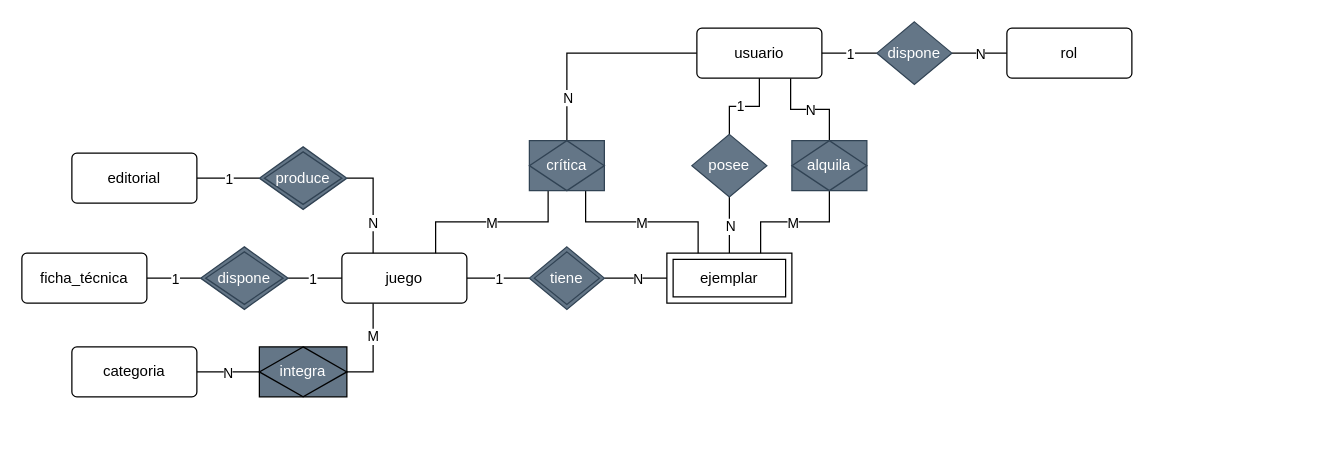
This is DER-Vuelta-al-Tablero.drawio from SancLucas/Vuelta-al-Tablero, a draw.io file, before an edit. Source tidied: cells renumbered, new cells numbered last; positions are measured from the earlier drawing's top-left corner, leaving out a move shared by most shapes. Both pictures are drawn from the tidied source at 125%, with x=0, y=0 at pixel (21, 21).
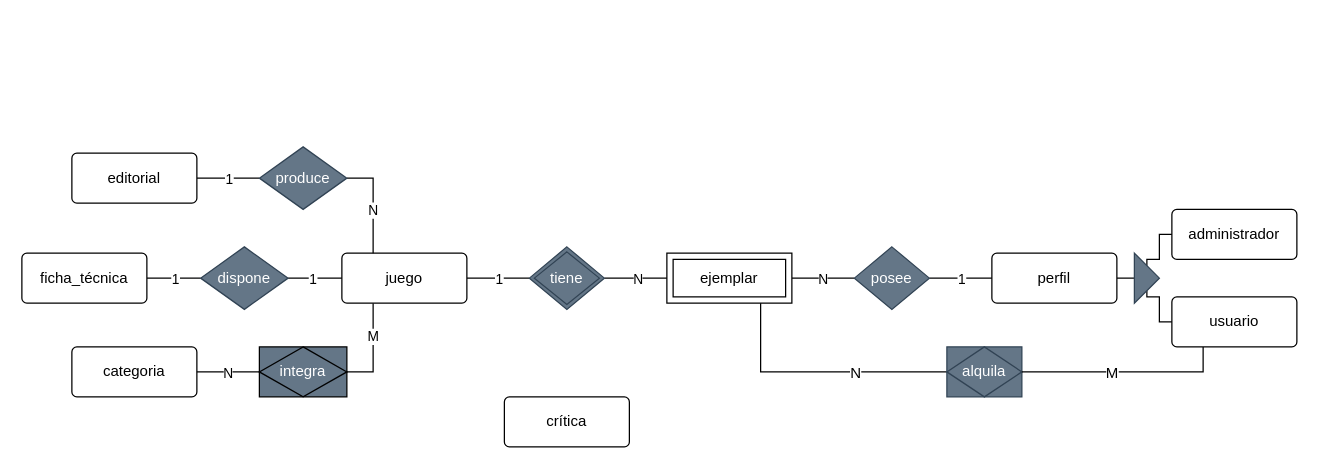
The same diagram, later.

Commit message:
Inclusión de 'herencia'. Sigue habiendo dudas.

The change refers to these unchanged cells:
```xml
<mxCell id="6" value="juego" style="rounded=1;arcSize=10;whiteSpace=wrap;html=1;align=center;" parent="1" vertex="1">
  <mxGeometry x="256" y="185" width="100" height="40" as="geometry" />
</mxCell>
<mxCell id="18" value="ejemplar" style="shape=ext;margin=3;double=1;whiteSpace=wrap;html=1;align=center;" parent="1" vertex="1">
  <mxGeometry x="516" y="185" width="100" height="40" as="geometry" />
</mxCell>
<mxCell id="39" style="edgeStyle=orthogonalEdgeStyle;rounded=0;jettySize=auto;html=1;exitX=1;exitY=0.5;exitDx=0;exitDy=0;endArrow=none;endFill=0;entryX=0.25;entryY=0;entryDx=0;entryDy=0;" parent="1" edge="1" source="41" target="6">
  <mxGeometry relative="1" as="geometry" />
</mxCell>
<mxCell id="47" value="ficha_técnica" style="rounded=1;arcSize=10;whiteSpace=wrap;html=1;align=center;" parent="1" vertex="1">
  <mxGeometry y="185" width="100" height="40" as="geometry" />
</mxCell>
```

Diff of the diagram source:
```diff
@@
-    <mxCell id="7" style="edgeStyle=orthogonalEdgeStyle;rounded=0;jettySize=auto;html=1;exitX=0;exitY=0.5;exitDx=0;exitDy=0;entryX=0.5;entryY=0;entryDx=0;entryDy=0;endArrow=none;endFill=0;" parent="1" edge="1" source="11" target="38">
-      <mxGeometry relative="1" as="geometry" />
-    </mxCell>
-    <mxCell id="8" value="N" style="edgeLabel;html=1;align=center;verticalAlign=middle;" parent="7" vertex="1">
-      <mxGeometry x="0.75" relative="1" as="geometry">
-        <mxPoint y="-13" as="offset" />
-      </mxGeometry>
-    </mxCell>
-    <mxCell id="9" style="edgeStyle=orthogonalEdgeStyle;rounded=0;jettySize=auto;html=1;exitX=0.75;exitY=1;exitDx=0;exitDy=0;entryX=0.5;entryY=0;entryDx=0;entryDy=0;endArrow=none;endFill=0;" parent="1" edge="1" source="11" target="44">
-      <mxGeometry relative="1" as="geometry" />
-    </mxCell>
-    <mxCell id="10" value="N" style="edgeLabel;html=1;align=center;verticalAlign=middle;" parent="9" vertex="1">
-      <mxGeometry x="0.04" relative="1" as="geometry">
-        <mxPoint x="-2" as="offset" />
-      </mxGeometry>
-    </mxCell>
+    <mxCell id="51" style="edgeStyle=none;curved=1;rounded=0;jettySize=auto;html=1;exitX=1;exitY=0.5;exitDx=0;exitDy=0;entryX=0;entryY=0.5;entryDx=0;entryDy=0;fontSize=12;startSize=8;endSize=8;endArrow=none;endFill=0;" parent="1" edge="1" source="11" target="59">
+      <mxGeometry relative="1" as="geometry" />
+    </mxCell>
-    <mxCell id="11" value="usuario" style="rounded=1;arcSize=10;whiteSpace=wrap;html=1;align=center;" parent="1" vertex="1">
-      <mxGeometry x="540" y="5" width="100" height="40" as="geometry" />
+    <mxCell id="11" value="perfil" style="rounded=1;arcSize=10;whiteSpace=wrap;html=1;align=center;" parent="1" vertex="1">
+      <mxGeometry x="776" y="185" width="100" height="40" as="geometry" />
     </mxCell>
@@
-    <mxCell id="16" style="edgeStyle=orthogonalEdgeStyle;rounded=0;jettySize=auto;html=1;entryX=0.5;entryY=1;entryDx=0;entryDy=0;endArrow=none;endFill=0;exitX=0.5;exitY=0;exitDx=0;exitDy=0;" parent="1" edge="1" source="18" target="27">
+    <mxCell id="16" style="edgeStyle=orthogonalEdgeStyle;rounded=0;jettySize=auto;html=1;entryX=0;entryY=0.5;entryDx=0;entryDy=0;endArrow=none;endFill=0;exitX=1;exitY=0.5;exitDx=0;exitDy=0;" parent="1" edge="1" source="18" target="27">
       <mxGeometry relative="1" as="geometry" />
     </mxCell>
     <mxCell id="17" value="N" style="edgeLabel;html=1;align=center;verticalAlign=middle;" parent="16" vertex="1">
       <mxGeometry x="0.05" y="-1" relative="1" as="geometry">
-        <mxPoint x="-1" y="2" as="offset" />
+        <mxPoint x="-2" y="-1" as="offset" />
       </mxGeometry>
     </mxCell>
@@
-    <mxCell id="25" style="edgeStyle=orthogonalEdgeStyle;rounded=0;jettySize=auto;html=1;entryX=0.5;entryY=1;entryDx=0;entryDy=0;endArrow=none;endFill=0;exitX=0.5;exitY=0;exitDx=0;exitDy=0;" parent="1" edge="1" source="27" target="11">
+    <mxCell id="25" style="edgeStyle=orthogonalEdgeStyle;rounded=0;jettySize=auto;html=1;endArrow=none;endFill=0;exitX=1;exitY=0.5;exitDx=0;exitDy=0;entryX=0;entryY=0.5;entryDx=0;entryDy=0;" parent="1" edge="1" source="27" target="11">
       <mxGeometry relative="1" as="geometry" />
     </mxCell>
     <mxCell id="26" value="1" style="edgeLabel;html=1;align=center;verticalAlign=middle;" parent="25" vertex="1">
       <mxGeometry x="-0.07" y="-1" relative="1" as="geometry">
-        <mxPoint x="-1" y="-1" as="offset" />
+        <mxPoint x="2" y="-1" as="offset" />
       </mxGeometry>
     </mxCell>
     <mxCell id="27" value="&lt;font&gt;posee&lt;/font&gt;" style="shape=rhombus;perimeter=rhombusPerimeter;whiteSpace=wrap;html=1;align=center;fillColor=#647687;fontColor=light-dark(#FFFFFF,#000000);strokeColor=light-dark(#314354,#000000);" parent="1" vertex="1">
-      <mxGeometry x="536" y="90" width="60" height="50" as="geometry" />
+      <mxGeometry x="666" y="180" width="60" height="50" as="geometry" />
     </mxCell>
-    <mxCell id="28" style="edgeStyle=orthogonalEdgeStyle;rounded=0;jettySize=auto;html=1;exitX=0;exitY=0.5;exitDx=0;exitDy=0;entryX=1;entryY=0.5;entryDx=0;entryDy=0;endArrow=none;endFill=0;" parent="1" edge="1" source="30" target="33">
-      <mxGeometry relative="1" as="geometry" />
-    </mxCell>
-    <mxCell id="29" value="N" style="edgeLabel;html=1;align=center;verticalAlign=middle;" parent="28" vertex="1">
-      <mxGeometry x="-0.05" y="1" relative="1" as="geometry">
-        <mxPoint x="-1" y="-1" as="offset" />
-      </mxGeometry>
-    </mxCell>
-    <mxCell id="30" value="rol" style="rounded=1;arcSize=10;whiteSpace=wrap;html=1;align=center;" parent="1" vertex="1">
-      <mxGeometry x="788" y="5" width="100" height="40" as="geometry" />
-    </mxCell>
-    <mxCell id="31" style="edgeStyle=orthogonalEdgeStyle;rounded=0;jettySize=auto;html=1;exitX=0;exitY=0.5;exitDx=0;exitDy=0;entryX=1;entryY=0.5;entryDx=0;entryDy=0;endArrow=none;endFill=0;" parent="1" edge="1" source="33" target="11">
-      <mxGeometry relative="1" as="geometry" />
-    </mxCell>
-    <mxCell id="32" value="1" style="edgeLabel;html=1;align=center;verticalAlign=middle;" parent="31" vertex="1">
-      <mxGeometry x="0.03" y="-1" relative="1" as="geometry">
-        <mxPoint x="1" y="1" as="offset" />
-      </mxGeometry>
-    </mxCell>
-    <mxCell id="33" value="dispone" style="shape=rhombus;perimeter=rhombusPerimeter;whiteSpace=wrap;html=1;align=center;fillColor=#647687;fontColor=light-dark(#FFFFFF,#000000);strokeColor=light-dark(#314354,#000000);" parent="1" vertex="1">
-      <mxGeometry x="684" width="60" height="50" as="geometry" />
-    </mxCell>
-    <mxCell id="34" style="edgeStyle=orthogonalEdgeStyle;rounded=0;jettySize=auto;html=1;exitX=0.25;exitY=1;exitDx=0;exitDy=0;entryX=0.75;entryY=0;entryDx=0;entryDy=0;endArrow=none;endFill=0;" parent="1" edge="1" source="38" target="6">
-      <mxGeometry relative="1" as="geometry" />
-    </mxCell>
-    <mxCell id="35" value="M" style="edgeLabel;html=1;align=center;verticalAlign=middle;" parent="34" vertex="1">
-      <mxGeometry x="0.13" y="1" relative="1" as="geometry">
-        <mxPoint x="8" y="-1" as="offset" />
-      </mxGeometry>
-    </mxCell>
-    <mxCell id="36" style="edgeStyle=orthogonalEdgeStyle;rounded=0;jettySize=auto;html=1;exitX=0.75;exitY=1;exitDx=0;exitDy=0;entryX=0.25;entryY=0;entryDx=0;entryDy=0;endArrow=none;endFill=0;" parent="1" edge="1" source="38" target="18">
-      <mxGeometry relative="1" as="geometry" />
-    </mxCell>
-    <mxCell id="37" value="M" style="edgeLabel;html=1;align=center;verticalAlign=middle;" parent="36" vertex="1">
-      <mxGeometry x="-0.01" relative="1" as="geometry" />
-    </mxCell>
-    <mxCell id="38" value="crítica" style="shape=associativeEntity;whiteSpace=wrap;html=1;align=center;fillColor=#647687;fontColor=light-dark(#ffffff, #000000);strokeColor=light-dark(#314354,#000000);" parent="1" vertex="1">
-      <mxGeometry x="406" y="95" width="60" height="40" as="geometry" />
-    </mxCell>
@@
     <mxCell id="40" value="N" style="edgeLabel;html=1;align=center;verticalAlign=middle;" parent="39" vertex="1">
       <mxGeometry x="-0.49" relative="1" as="geometry">
-        <mxPoint x="-1" y="35" as="offset" />
+        <mxPoint x="-1" y="25" as="offset" />
       </mxGeometry>
     </mxCell>
-    <mxCell id="41" value="produce" style="shape=rhombus;double=1;perimeter=rhombusPerimeter;whiteSpace=wrap;html=1;align=center;fillColor=#647687;fontColor=light-dark(#FFFFFF,#050505);strokeColor=light-dark(#314354,#000000);strokeWidth=1;" parent="1" vertex="1">
-      <mxGeometry x="190" y="100" width="70" height="50" as="geometry" />
-    </mxCell>
-    <mxCell id="42" style="edgeStyle=orthogonalEdgeStyle;rounded=0;jettySize=auto;html=1;exitX=0.5;exitY=1;exitDx=0;exitDy=0;entryX=0.75;entryY=0;entryDx=0;entryDy=0;endArrow=none;endFill=0;" parent="1" edge="1" source="44" target="18">
+    <mxCell id="42" style="edgeStyle=orthogonalEdgeStyle;rounded=0;jettySize=auto;html=1;exitX=0;exitY=0.5;exitDx=0;exitDy=0;entryX=0.75;entryY=1;entryDx=0;entryDy=0;fontSize=12;startSize=8;endSize=8;endArrow=none;endFill=0;" parent="1" edge="1" source="44" target="18">
       <mxGeometry relative="1" as="geometry" />
     </mxCell>
-    <mxCell id="43" value="M" style="edgeLabel;html=1;align=center;verticalAlign=middle;" parent="42" vertex="1">
-      <mxGeometry x="-0.03" y="-2" relative="1" as="geometry">
-        <mxPoint x="-4" y="2" as="offset" />
-      </mxGeometry>
-    </mxCell>
+    <mxCell id="52" value="N" style="edgeLabel;html=1;align=center;verticalAlign=middle;fontSize=12;" parent="42" vertex="1">
+      <mxGeometry x="-0.15" y="-1" relative="1" as="geometry">
+        <mxPoint x="13" y="1" as="offset" />
+      </mxGeometry>
+    </mxCell>
     <mxCell id="44" value="alquila" style="shape=associativeEntity;whiteSpace=wrap;html=1;align=center;fillColor=#647687;fontColor=light-dark(#ffffff, #000000);strokeColor=light-dark(#314354,#000000);" parent="1" vertex="1">
-      <mxGeometry x="616" y="95" width="60" height="40" as="geometry" />
+      <mxGeometry x="740" y="260" width="60" height="40" as="geometry" />
     </mxCell>
-    <mxCell id="45" style="edgeStyle=orthogonalEdgeStyle;rounded=0;jettySize=auto;html=1;exitX=1;exitY=0.5;exitDx=0;exitDy=0;entryX=0;entryY=0.5;entryDx=0;entryDy=0;endArrow=none;endFill=0;" parent="1" edge="1" source="47" target="50">
+    <mxCell id="45" style="edgeStyle=orthogonalEdgeStyle;rounded=0;jettySize=auto;html=1;exitX=1;exitY=0.5;exitDx=0;exitDy=0;entryX=0;entryY=0.5;entryDx=0;entryDy=0;endArrow=none;endFill=0;" parent="1" edge="1" source="47" target="60">
       <mxGeometry relative="1" as="geometry" />
     </mxCell>
@@
-    <mxCell id="48" style="edgeStyle=orthogonalEdgeStyle;rounded=0;jettySize=auto;html=1;exitX=1;exitY=0.5;exitDx=0;exitDy=0;entryX=0;entryY=0.5;entryDx=0;entryDy=0;endArrow=none;endFill=0;" parent="1" edge="1" source="50" target="6">
+    <mxCell id="48" style="edgeStyle=orthogonalEdgeStyle;rounded=0;jettySize=auto;html=1;exitX=1;exitY=0.5;exitDx=0;exitDy=0;entryX=0;entryY=0.5;entryDx=0;entryDy=0;endArrow=none;endFill=0;" parent="1" edge="1" source="60" target="6">
       <mxGeometry relative="1" as="geometry" />
     </mxCell>
@@
-    <mxCell id="50" value="dispone" style="shape=rhombus;double=1;perimeter=rhombusPerimeter;whiteSpace=wrap;html=1;align=center;fillColor=#647687;fontColor=light-dark(#FFFFFF,#050505);strokeColor=light-dark(#314354,#000000);strokeWidth=1;" parent="1" vertex="1">
-      <mxGeometry x="143" y="180" width="70" height="50" as="geometry" />
-    </mxCell>
+    <mxCell id="53" style="edgeStyle=orthogonalEdgeStyle;rounded=0;jettySize=auto;html=1;exitX=0.25;exitY=1;exitDx=0;exitDy=0;entryX=1;entryY=0.5;entryDx=0;entryDy=0;fontSize=12;startSize=8;endSize=8;endArrow=none;endFill=0;" parent="1" edge="1" source="55" target="44">
+      <mxGeometry relative="1" as="geometry" />
+    </mxCell>
+    <mxCell id="54" value="M" style="edgeLabel;html=1;align=center;verticalAlign=middle;fontSize=12;" parent="53" vertex="1">
+      <mxGeometry x="0.07" y="-2" relative="1" as="geometry">
+        <mxPoint x="-6" y="2" as="offset" />
+      </mxGeometry>
+    </mxCell>
+    <mxCell id="55" value="usuario" style="rounded=1;arcSize=10;whiteSpace=wrap;html=1;align=center;" parent="1" vertex="1">
+      <mxGeometry x="920" y="220" width="100" height="40" as="geometry" />
+    </mxCell>
+    <mxCell id="56" value="administrador" style="rounded=1;arcSize=10;whiteSpace=wrap;html=1;align=center;" parent="1" vertex="1">
+      <mxGeometry x="920" y="150" width="100" height="40" as="geometry" />
+    </mxCell>
+    <mxCell id="57" style="edgeStyle=orthogonalEdgeStyle;rounded=0;jettySize=auto;html=1;exitX=0.5;exitY=1;exitDx=0;exitDy=0;entryX=0;entryY=0.5;entryDx=0;entryDy=0;fontSize=12;startSize=8;endSize=8;endArrow=none;endFill=0;" parent="1" edge="1" source="59" target="55">
+      <mxGeometry relative="1" as="geometry">
+        <Array as="points">
+          <mxPoint x="900" y="220" />
+          <mxPoint x="910" y="220" />
+          <mxPoint x="910" y="240" />
+        </Array>
+      </mxGeometry>
+    </mxCell>
+    <mxCell id="58" style="edgeStyle=orthogonalEdgeStyle;rounded=0;jettySize=auto;html=1;exitX=0.5;exitY=0;exitDx=0;exitDy=0;fontSize=12;startSize=8;endSize=8;endArrow=none;endFill=0;entryX=0;entryY=0.5;entryDx=0;entryDy=0;" parent="1" edge="1" source="59" target="56">
+      <mxGeometry relative="1" as="geometry">
+        <Array as="points">
+          <mxPoint x="900" y="190" />
+          <mxPoint x="910" y="190" />
+          <mxPoint x="910" y="170" />
+        </Array>
+      </mxGeometry>
+    </mxCell>
+    <mxCell id="59" style="triangle;whiteSpace=wrap;html=1;shapeInside=1;rotation=0;fillColor=#647687;fontColor=#ffffff;strokeColor=light-dark(#314354,#000000);" parent="1" vertex="1">
+      <mxGeometry x="890" y="185" width="20" height="40" as="geometry" />
+    </mxCell>
+    <mxCell id="41" value="&lt;span style=&quot;&quot;&gt;produce&lt;/span&gt;" style="shape=rhombus;perimeter=rhombusPerimeter;whiteSpace=wrap;html=1;align=center;fillColor=#647687;fontColor=light-dark(#FFFFFF,#000000);strokeColor=light-dark(#314354,#000000);" parent="1" vertex="1">
+      <mxGeometry x="190" y="100" width="70" height="50" as="geometry" />
+    </mxCell>
+    <mxCell id="60" value="&lt;span style=&quot;&quot;&gt;dispone&lt;/span&gt;" style="shape=rhombus;perimeter=rhombusPerimeter;whiteSpace=wrap;html=1;align=center;fillColor=#647687;fontColor=light-dark(#FFFFFF,#000000);strokeColor=light-dark(#314354,#000000);" parent="1" vertex="1">
+      <mxGeometry x="143" y="180" width="70" height="50" as="geometry" />
+    </mxCell>
+    <mxCell id="38" value="&lt;span style=&quot;color: rgb(0, 0, 0);&quot;&gt;crítica&lt;/span&gt;" style="rounded=1;arcSize=10;whiteSpace=wrap;html=1;align=center;" parent="1" vertex="1">
+      <mxGeometry x="386" y="300" width="100" height="40" as="geometry" />
+    </mxCell>
```
